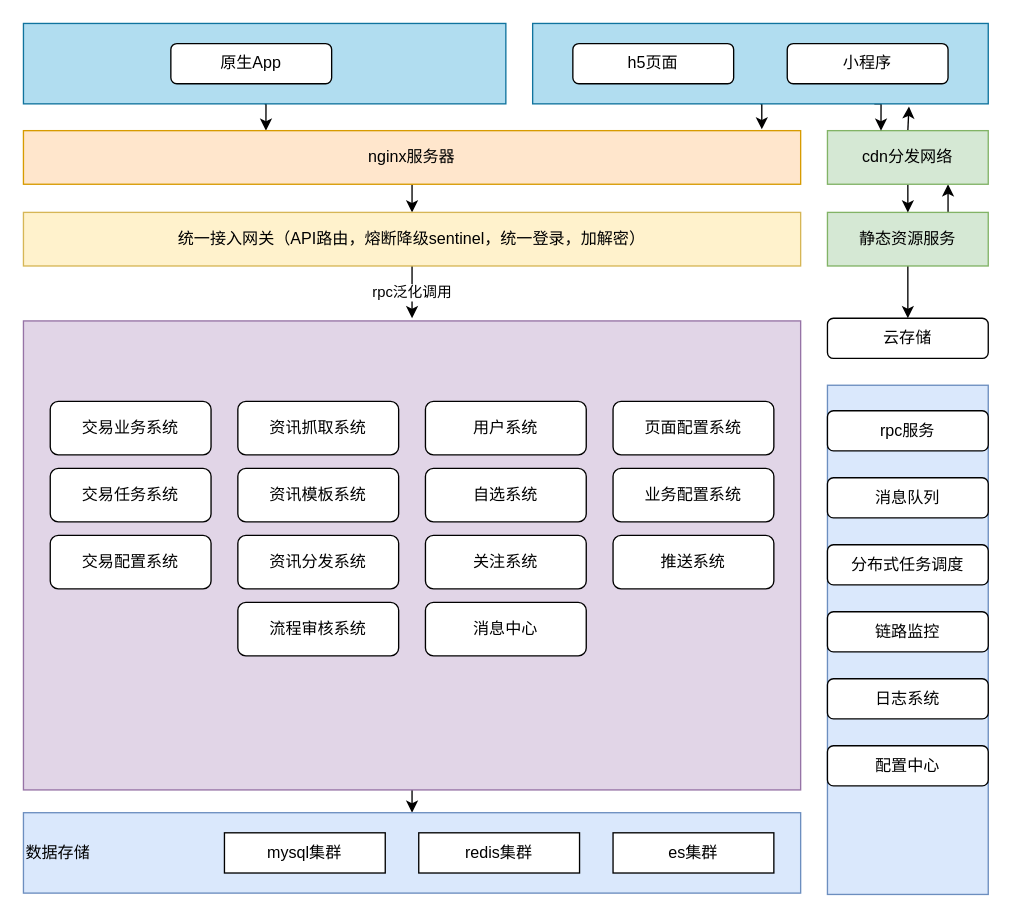
Earlier version of the draw.io diagram 证券系统整体架构图.drawio (WindRain20140210/files-ArchitectureDiagram). Source tidied: cells renumbered, new cells numbered last; positions are measured from the earlier drawing's top-left corner, leaving out a move shared by most shapes. Both pictures are drawn from the tidied source at 134%, with x=0, y=0 at pixel (23, 23).
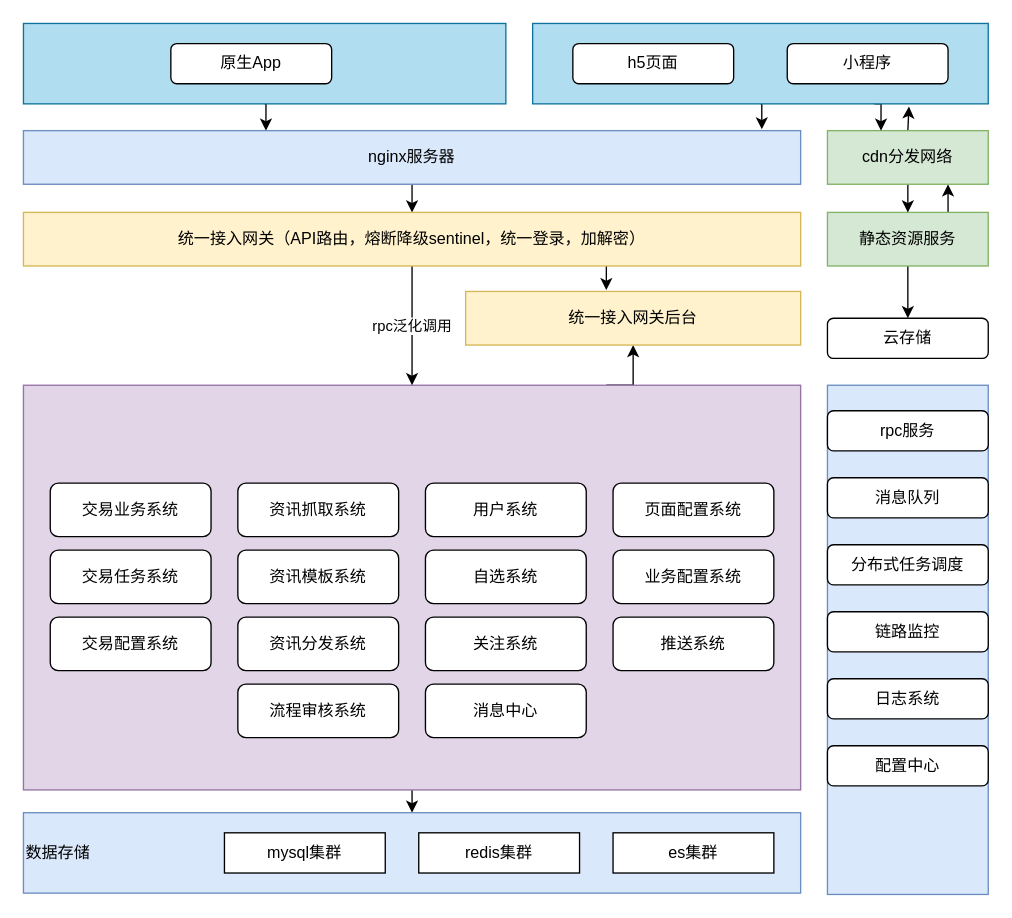
Above is the later version.

Commit message (it also covers changes not shown here):
Update 证券系统整体架构图.drawio

Unchanged cells that the change refers to:
```xml
<mxCell id="20" value="统一接入网关（API路由，熔断降级sentinel，统一登录，加解密）" style="rounded=0;whiteSpace=wrap;html=1;fillColor=#fff2cc;strokeColor=#d6b656;" parent="1" vertex="1">
  <mxGeometry y="141" width="580" height="40" as="geometry" />
</mxCell>
```

Diff of the diagram source:
```diff
@@
+    <mxCell id="48" style="edgeStyle=orthogonalEdgeStyle;rounded=0;jettySize=auto;html=1;exitX=0.75;exitY=0;exitDx=0;exitDy=0;entryX=0.5;entryY=1;entryDx=0;entryDy=0;" parent="1" edge="1" source="6" target="50">
+      <mxGeometry relative="1" as="geometry" />
+    </mxCell>
     <mxCell id="6" style="rounded=0;whiteSpace=wrap;html=1;fillColor=#e1d5e7;strokeColor=#9673a6;" parent="1" vertex="1">
-      <mxGeometry y="222" width="580" height="350" as="geometry" />
+      <mxGeometry y="270" width="580" height="302" as="geometry" />
     </mxCell>
@@
-    <mxCell id="18" value="nginx服务器" style="rounded=0;whiteSpace=wrap;html=1;fillColor=#ffe6cc;strokeColor=#d79b00;" parent="1" vertex="1">
+    <mxCell id="18" value="nginx服务器" style="rounded=0;whiteSpace=wrap;html=1;fillColor=#dae8fc;strokeColor=#6c8ebf;" parent="1" vertex="1">
       <mxGeometry y="80" width="580" height="40" as="geometry" />
     </mxCell>
-    <mxCell id="19" value="rpc泛化调用" style="edgeStyle=orthogonalEdgeStyle;rounded=0;jettySize=auto;html=1;exitX=0.5;exitY=1;exitDx=0;exitDy=0;" parent="1" edge="1" source="20">
-      <mxGeometry relative="1" as="geometry">
-        <mxPoint x="290" y="220" as="targetPoint" />
-      </mxGeometry>
+    <mxCell id="19" value="rpc泛化调用" style="edgeStyle=orthogonalEdgeStyle;rounded=0;jettySize=auto;html=1;exitX=0.5;exitY=1;exitDx=0;exitDy=0;entryX=0.5;entryY=0;entryDx=0;entryDy=0;" parent="1" edge="1" source="20" target="6">
+      <mxGeometry relative="1" as="geometry" />
     </mxCell>
+    <mxCell id="49" style="edgeStyle=orthogonalEdgeStyle;rounded=0;jettySize=auto;html=1;exitX=0.75;exitY=1;exitDx=0;exitDy=0;entryX=0.42;entryY=-0.025;entryDx=0;entryDy=0;entryPerimeter=0;" parent="1" edge="1" source="20" target="50">
+      <mxGeometry relative="1" as="geometry" />
+    </mxCell>
@@
     <mxCell id="33" value="交易业务系统" style="rounded=1;whiteSpace=wrap;html=1;" parent="1" vertex="1">
-      <mxGeometry x="20" y="282" width="120" height="40" as="geometry" />
+      <mxGeometry x="20" y="343" width="120" height="40" as="geometry" />
     </mxCell>
     <mxCell id="34" value="交易任务系统" style="rounded=1;whiteSpace=wrap;html=1;" parent="1" vertex="1">
-      <mxGeometry x="20" y="332" width="120" height="40" as="geometry" />
+      <mxGeometry x="20" y="393" width="120" height="40" as="geometry" />
     </mxCell>
     <mxCell id="35" value="交易配置系统" style="rounded=1;whiteSpace=wrap;html=1;" parent="1" vertex="1">
-      <mxGeometry x="20" y="382" width="120" height="40" as="geometry" />
+      <mxGeometry x="20" y="443" width="120" height="40" as="geometry" />
     </mxCell>
     <mxCell id="36" value="资讯抓取系统" style="rounded=1;whiteSpace=wrap;html=1;" parent="1" vertex="1">
-      <mxGeometry x="160" y="282" width="120" height="40" as="geometry" />
+      <mxGeometry x="160" y="343" width="120" height="40" as="geometry" />
     </mxCell>
     <mxCell id="37" value="资讯模板系统" style="rounded=1;whiteSpace=wrap;html=1;" parent="1" vertex="1">
-      <mxGeometry x="160" y="332" width="120" height="40" as="geometry" />
+      <mxGeometry x="160" y="393" width="120" height="40" as="geometry" />
     </mxCell>
     <mxCell id="38" value="资讯分发系统" style="rounded=1;whiteSpace=wrap;html=1;" parent="1" vertex="1">
-      <mxGeometry x="160" y="382" width="120" height="40" as="geometry" />
+      <mxGeometry x="160" y="443" width="120" height="40" as="geometry" />
     </mxCell>
     <mxCell id="39" value="流程审核系统" style="rounded=1;whiteSpace=wrap;html=1;" parent="1" vertex="1">
-      <mxGeometry x="160" y="432" width="120" height="40" as="geometry" />
+      <mxGeometry x="160" y="493" width="120" height="40" as="geometry" />
     </mxCell>
     <mxCell id="40" value="用户系统" style="rounded=1;whiteSpace=wrap;html=1;" parent="1" vertex="1">
-      <mxGeometry x="300" y="282" width="120" height="40" as="geometry" />
+      <mxGeometry x="300" y="343" width="120" height="40" as="geometry" />
     </mxCell>
     <mxCell id="41" value="自选系统" style="rounded=1;whiteSpace=wrap;html=1;" parent="1" vertex="1">
-      <mxGeometry x="300" y="332" width="120" height="40" as="geometry" />
+      <mxGeometry x="300" y="393" width="120" height="40" as="geometry" />
     </mxCell>
     <mxCell id="42" value="关注系统" style="rounded=1;whiteSpace=wrap;html=1;" parent="1" vertex="1">
-      <mxGeometry x="300" y="382" width="120" height="40" as="geometry" />
+      <mxGeometry x="300" y="443" width="120" height="40" as="geometry" />
     </mxCell>
     <mxCell id="43" value="消息中心" style="rounded=1;whiteSpace=wrap;html=1;" parent="1" vertex="1">
-      <mxGeometry x="300" y="432" width="120" height="40" as="geometry" />
+      <mxGeometry x="300" y="493" width="120" height="40" as="geometry" />
     </mxCell>
     <mxCell id="44" value="页面配置系统" style="rounded=1;whiteSpace=wrap;html=1;" parent="1" vertex="1">
-      <mxGeometry x="440" y="282" width="120" height="40" as="geometry" />
+      <mxGeometry x="440" y="343" width="120" height="40" as="geometry" />
     </mxCell>
     <mxCell id="45" value="业务配置系统" style="rounded=1;whiteSpace=wrap;html=1;" parent="1" vertex="1">
-      <mxGeometry x="440" y="332" width="120" height="40" as="geometry" />
+      <mxGeometry x="440" y="393" width="120" height="40" as="geometry" />
     </mxCell>
     <mxCell id="46" value="推送系统" style="rounded=1;whiteSpace=wrap;html=1;" parent="1" vertex="1">
-      <mxGeometry x="440" y="382" width="120" height="40" as="geometry" />
+      <mxGeometry x="440" y="443" width="120" height="40" as="geometry" />
     </mxCell>
@@
+    <mxCell id="50" value="统一接入网关后台" style="rounded=0;whiteSpace=wrap;html=1;fillColor=#fff2cc;strokeColor=#d6b656;" parent="1" vertex="1">
+      <mxGeometry x="330" y="200" width="250" height="40" as="geometry" />
+    </mxCell>
```
